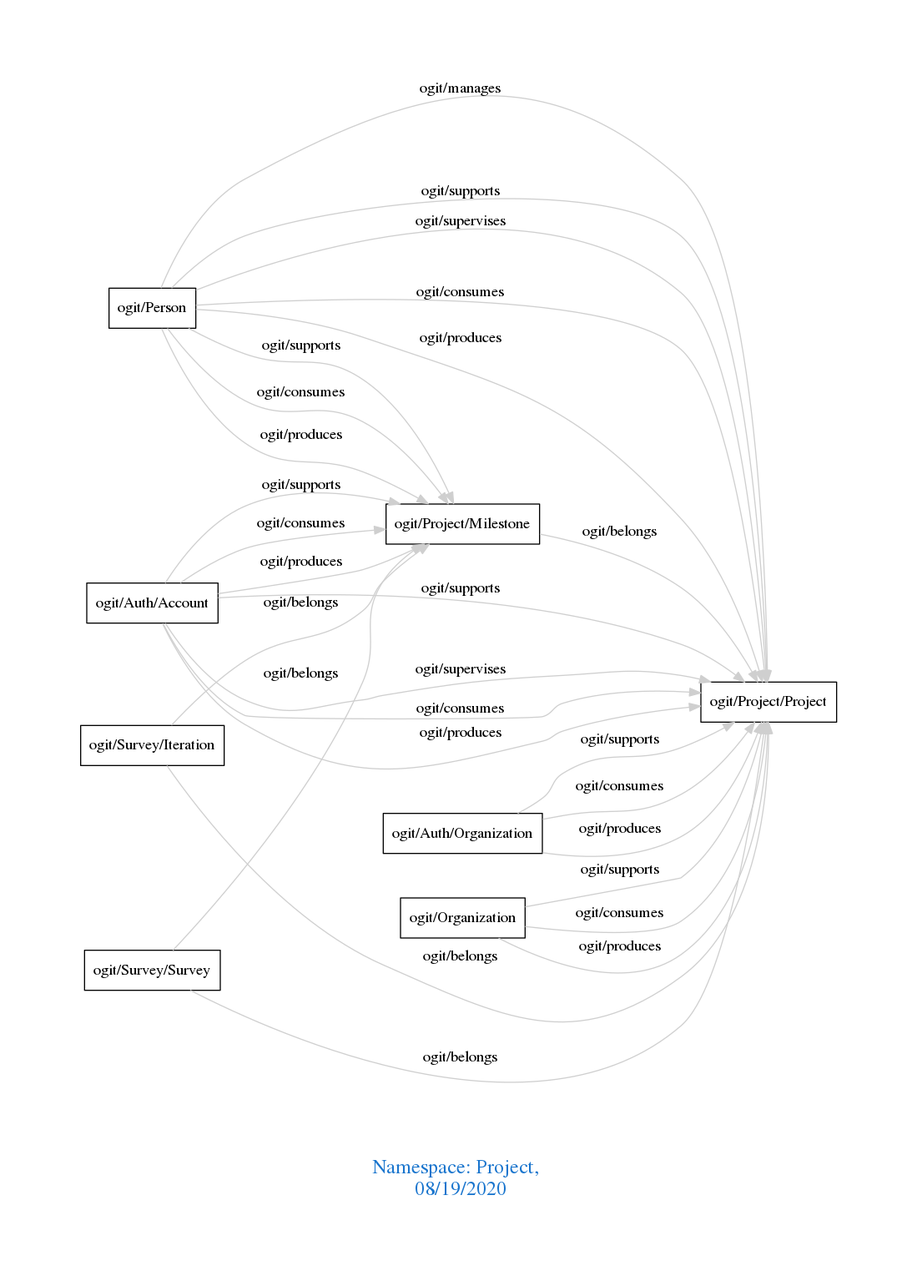
Earlier version of the Graphviz export downloads/Project.png (arago/OGIT). Its source is kept beside it as downloads/Project.dot. Its diagram source:
```dot
digraph OGIT_ontology {
 graph [ rankdir= LR,pad=1
fontsize = 18,
fontcolor= dodgerblue3,label = "\n\n\nNamespace: Project, \n 08/19/2020"];
node[shape=polygon];
edge [  color="gray81"];

   "ogit/Person" -> "ogit/Project/Project" [label="   ogit/manages    "];
   "ogit/Auth/Account" -> "ogit/Project/Milestone" [label="   ogit/supports    "];
   "ogit/Auth/Account" -> "ogit/Project/Project" [label="   ogit/supports    "];
   "ogit/Auth/Organization" -> "ogit/Project/Project" [label="   ogit/supports    "];
   "ogit/Organization" -> "ogit/Project/Project" [label="   ogit/supports    "];
   "ogit/Person" -> "ogit/Project/Milestone" [label="   ogit/supports    "];
   "ogit/Person" -> "ogit/Project/Project" [label="   ogit/supports    "];
   "ogit/Auth/Account" -> "ogit/Project/Project" [label="   ogit/supervises    "];
   "ogit/Person" -> "ogit/Project/Project" [label="   ogit/supervises    "];
   "ogit/Auth/Account" -> "ogit/Project/Milestone" [label="   ogit/consumes    "];
   "ogit/Auth/Account" -> "ogit/Project/Project" [label="   ogit/consumes    "];
   "ogit/Auth/Organization" -> "ogit/Project/Project" [label="   ogit/consumes    "];
   "ogit/Organization" -> "ogit/Project/Project" [label="   ogit/consumes    "];
   "ogit/Person" -> "ogit/Project/Milestone" [label="   ogit/consumes    "];
   "ogit/Person" -> "ogit/Project/Project" [label="   ogit/consumes    "];
   "ogit/Auth/Account" -> "ogit/Project/Milestone" [label="   ogit/produces    "];
   "ogit/Auth/Account" -> "ogit/Project/Project" [label="   ogit/produces    "];
   "ogit/Auth/Organization" -> "ogit/Project/Project" [label="   ogit/produces    "];
   "ogit/Organization" -> "ogit/Project/Project" [label="   ogit/produces    "];
   "ogit/Person" -> "ogit/Project/Milestone" [label="   ogit/produces    "];
   "ogit/Person" -> "ogit/Project/Project" [label="   ogit/produces    "];
   "ogit/Project/Milestone" -> "ogit/Project/Project" [label="   ogit/belongs    "];
   "ogit/Survey/Iteration" -> "ogit/Project/Milestone" [label="   ogit/belongs    "];
   "ogit/Survey/Iteration" -> "ogit/Project/Project" [label="   ogit/belongs    "];
   "ogit/Survey/Survey" -> "ogit/Project/Milestone" [label="   ogit/belongs    "];
   "ogit/Survey/Survey" -> "ogit/Project/Project" [label="   ogit/belongs    "];
}
```
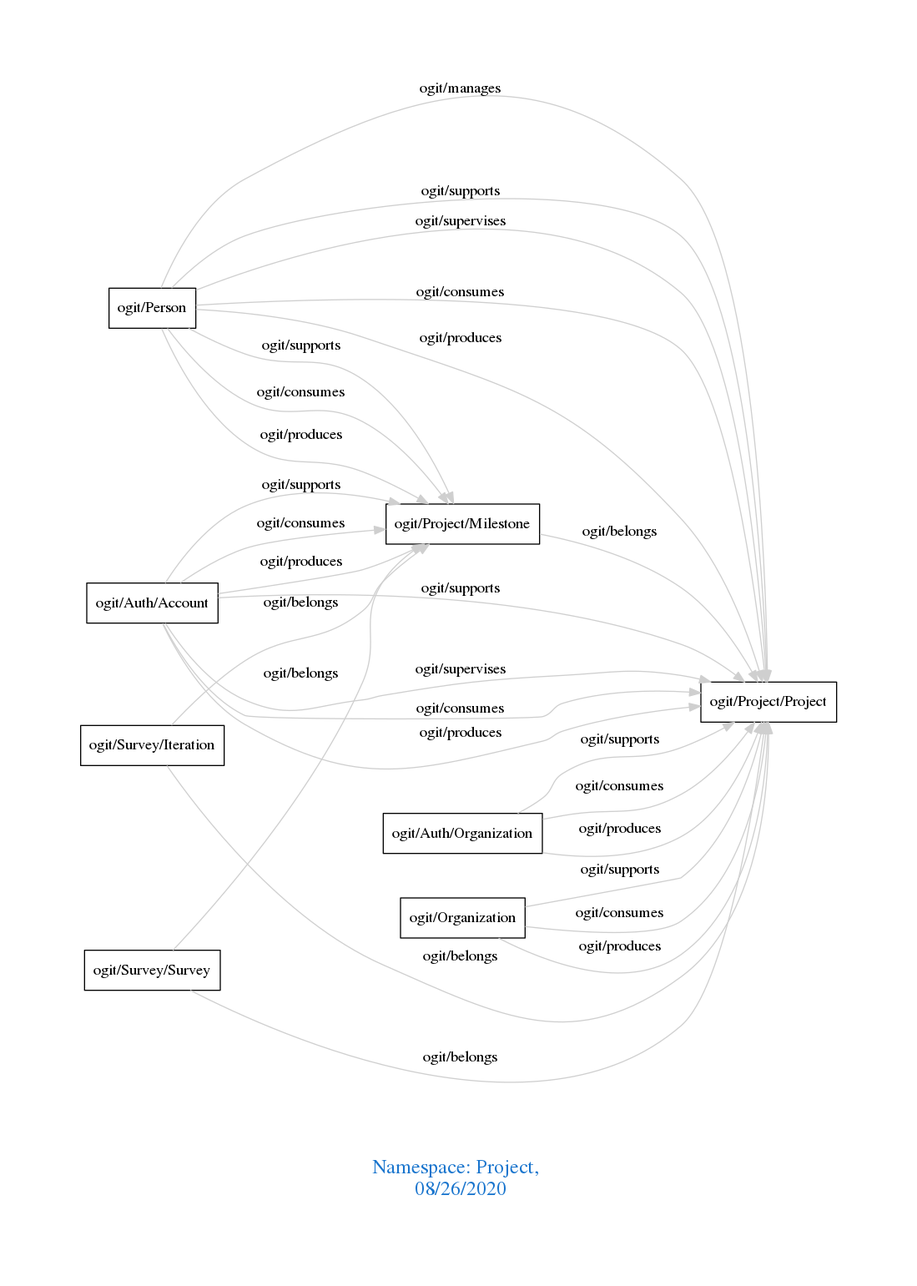
After the change.

Change to the diagram source:
```diff
@@ -1,7 +1,7 @@
 digraph OGIT_ontology {
  graph [ rankdir= LR,pad=1
 fontsize = 18,
-fontcolor= dodgerblue3,label = "\n\n\nNamespace: Project, \n 08/19/2020"];
+fontcolor= dodgerblue3,label = "\n\n\nNamespace: Project, \n 08/26/2020"];
 node[shape=polygon];
 edge [  color="gray81"];
 
```
